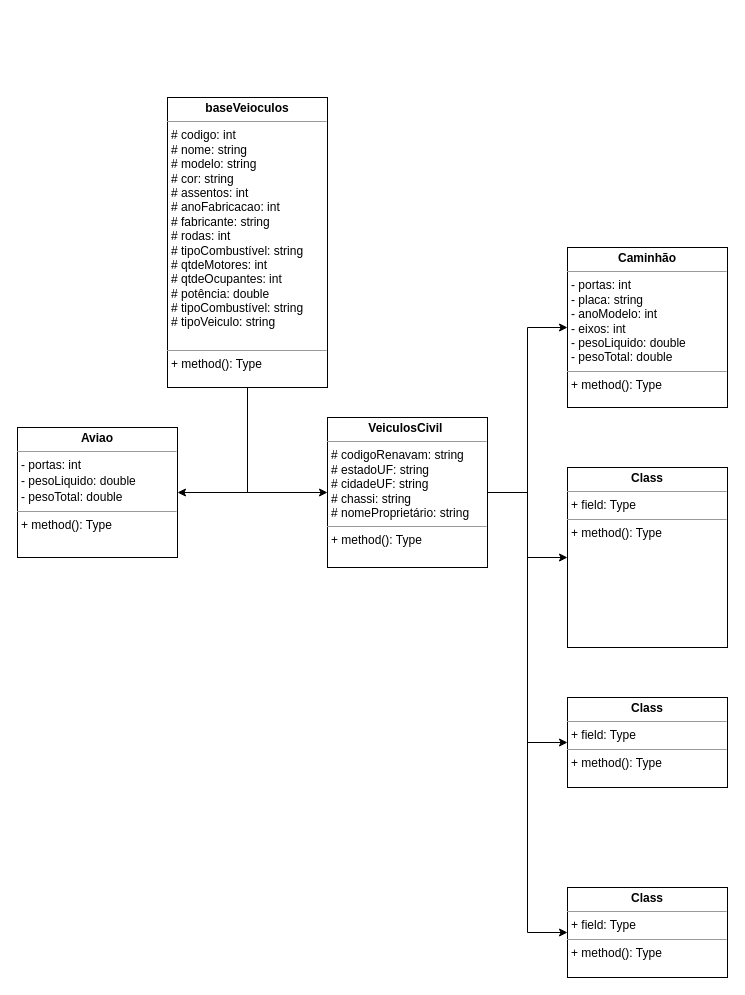
The draw.io diagram ProjetoVeiculosEstagiario.drawio in Oribur01/POO, before the edit. Source tidied: cells renumbered, new cells numbered last; positions are measured from the earlier drawing's top-left corner, leaving out a move shared by most shapes. Both pictures are drawn from the tidied source at 100%, with x=0, y=0 at pixel (17, 97).
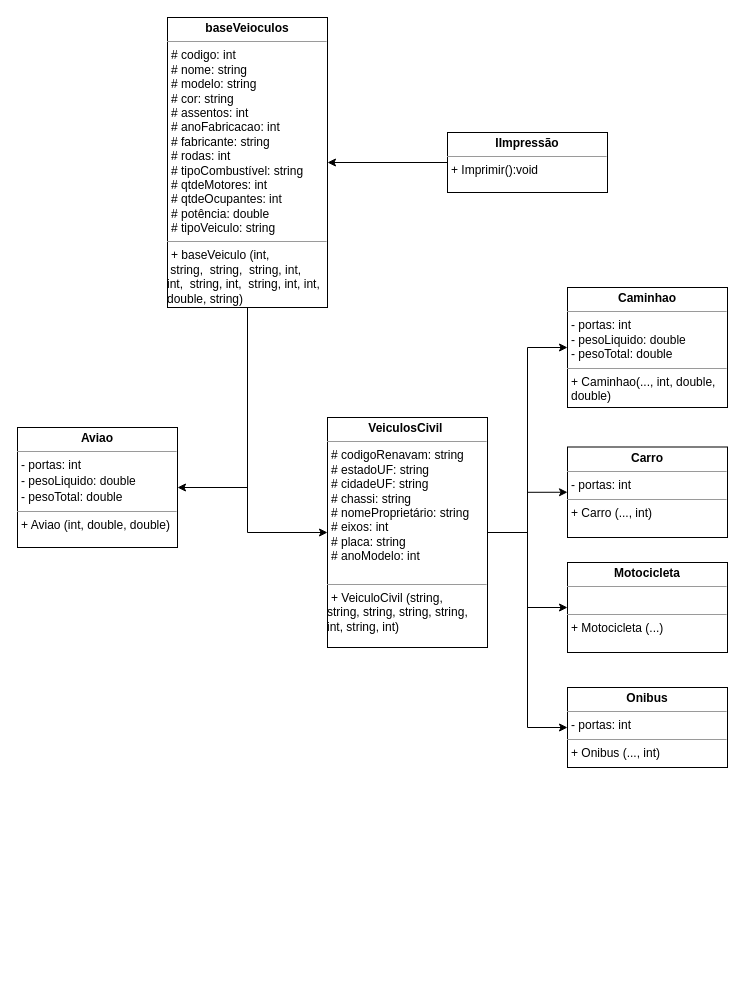
The same diagram, later.

The edit, as a diff of the source:
```diff
@@
 <mxGraphModel>
   <root>
     <mxCell id="0" />
     <mxCell id="1" parent="0" />
     <mxCell id="2" style="edgeStyle=orthogonalEdgeStyle;rounded=0;jettySize=auto;html=1;exitX=0.5;exitY=1;exitDx=0;exitDy=0;entryX=0;entryY=0.5;entryDx=0;entryDy=0;" parent="1" edge="1" source="4" target="9">
       <mxGeometry relative="1" as="geometry" />
     </mxCell>
     <mxCell id="3" style="edgeStyle=orthogonalEdgeStyle;rounded=0;jettySize=auto;html=1;exitX=0.5;exitY=1;exitDx=0;exitDy=0;entryX=1;entryY=0.5;entryDx=0;entryDy=0;" parent="1" edge="1" source="4" target="10">
       <mxGeometry relative="1" as="geometry" />
     </mxCell>
-    <mxCell id="4" value="&lt;p style=&quot;margin:0px;margin-top:4px;text-align:center;&quot;&gt;&lt;b&gt;baseVeioculos&lt;/b&gt;&lt;br&gt;&lt;/p&gt;&lt;hr size=&quot;1&quot;&gt;&lt;p style=&quot;margin:0px;margin-left:4px;&quot;&gt;# codigo: int&lt;/p&gt;&lt;p style=&quot;margin:0px;margin-left:4px;&quot;&gt;# nome: string&lt;/p&gt;&lt;p style=&quot;margin:0px;margin-left:4px;&quot;&gt;# modelo: string&lt;/p&gt;&lt;p style=&quot;margin:0px;margin-left:4px;&quot;&gt;# cor: string&lt;/p&gt;&lt;p style=&quot;margin:0px;margin-left:4px;&quot;&gt;# assentos: int&lt;/p&gt;&lt;p style=&quot;margin:0px;margin-left:4px;&quot;&gt;# anoFabricacao: int&lt;/p&gt;&lt;p style=&quot;margin:0px;margin-left:4px;&quot;&gt;# fabricante: string&lt;/p&gt;&lt;p style=&quot;margin:0px;margin-left:4px;&quot;&gt;# rodas: int&lt;/p&gt;&lt;p style=&quot;margin:0px;margin-left:4px;&quot;&gt;# tipoCombustível: string&lt;/p&gt;&lt;p style=&quot;margin:0px;margin-left:4px;&quot;&gt;# qtdeMotores: int&lt;/p&gt;&lt;p style=&quot;margin:0px;margin-left:4px;&quot;&gt;# qtdeOcupantes: int&lt;/p&gt;&lt;p style=&quot;margin:0px;margin-left:4px;&quot;&gt;# potência: double&lt;/p&gt;&lt;p style=&quot;margin:0px;margin-left:4px;&quot;&gt;# tipoCombustível: string&lt;/p&gt;&lt;p style=&quot;margin:0px;margin-left:4px;&quot;&gt;# tipoVeiculo: string&lt;/p&gt;&lt;div&gt;&lt;br&gt;&lt;/div&gt;&lt;hr size=&quot;1&quot;&gt;&lt;p style=&quot;margin:0px;margin-left:4px;&quot;&gt;+ method(): Type&lt;/p&gt;" style="verticalAlign=top;align=left;overflow=fill;fontSize=12;fontFamily=Helvetica;html=1;whiteSpace=wrap;" parent="1" vertex="1">
-      <mxGeometry x="150" width="160" height="290" as="geometry" />
+    <mxCell id="4" value="&lt;p style=&quot;margin:0px;margin-top:4px;text-align:center;&quot;&gt;&lt;b&gt;baseVeioculos&lt;/b&gt;&lt;br&gt;&lt;/p&gt;&lt;hr size=&quot;1&quot;&gt;&lt;p style=&quot;margin:0px;margin-left:4px;&quot;&gt;# codigo: int&lt;/p&gt;&lt;p style=&quot;margin:0px;margin-left:4px;&quot;&gt;# nome: string&lt;/p&gt;&lt;p style=&quot;margin:0px;margin-left:4px;&quot;&gt;# modelo: string&lt;/p&gt;&lt;p style=&quot;margin:0px;margin-left:4px;&quot;&gt;# cor: string&lt;/p&gt;&lt;p style=&quot;margin:0px;margin-left:4px;&quot;&gt;# assentos: int&lt;/p&gt;&lt;p style=&quot;margin:0px;margin-left:4px;&quot;&gt;# anoFabricacao: int&lt;/p&gt;&lt;p style=&quot;margin:0px;margin-left:4px;&quot;&gt;# fabricante: string&lt;/p&gt;&lt;p style=&quot;margin:0px;margin-left:4px;&quot;&gt;# rodas: int&lt;/p&gt;&lt;p style=&quot;margin:0px;margin-left:4px;&quot;&gt;# tipoCombustível: string&lt;/p&gt;&lt;p style=&quot;margin:0px;margin-left:4px;&quot;&gt;# qtdeMotores: int&lt;/p&gt;&lt;p style=&quot;margin:0px;margin-left:4px;&quot;&gt;# qtdeOcupantes: int&lt;/p&gt;&lt;p style=&quot;margin:0px;margin-left:4px;&quot;&gt;# potência: double&lt;/p&gt;&lt;p style=&quot;margin:0px;margin-left:4px;&quot;&gt;# tipoVeiculo: string&lt;/p&gt;&lt;hr size=&quot;1&quot;&gt;&lt;p style=&quot;margin:0px;margin-left:4px;&quot;&gt;+ baseVeiculo (int,&amp;nbsp;&lt;/p&gt;&amp;nbsp;string,&amp;nbsp;&amp;nbsp;string,&amp;nbsp;&amp;nbsp;string, int, int,&amp;nbsp;&amp;nbsp;string, int,&amp;nbsp;&amp;nbsp;string, int, int, double, string&lt;span style=&quot;background-color: initial;&quot;&gt;)&lt;/span&gt;" style="verticalAlign=top;align=left;overflow=fill;fontSize=12;fontFamily=Helvetica;html=1;whiteSpace=wrap;" parent="1" vertex="1">
+      <mxGeometry x="150" y="-80" width="160" height="290" as="geometry" />
     </mxCell>
     <mxCell id="5" style="edgeStyle=orthogonalEdgeStyle;rounded=0;jettySize=auto;html=1;exitX=1;exitY=0.5;exitDx=0;exitDy=0;entryX=0;entryY=0.5;entryDx=0;entryDy=0;" parent="1" edge="1" source="9" target="11">
       <mxGeometry relative="1" as="geometry" />
     </mxCell>
     <mxCell id="6" style="edgeStyle=orthogonalEdgeStyle;rounded=0;jettySize=auto;html=1;exitX=1;exitY=0.5;exitDx=0;exitDy=0;entryX=0;entryY=0.5;entryDx=0;entryDy=0;" parent="1" edge="1" source="9" target="12">
       <mxGeometry relative="1" as="geometry" />
     </mxCell>
     <mxCell id="7" style="edgeStyle=orthogonalEdgeStyle;rounded=0;jettySize=auto;html=1;exitX=1;exitY=0.5;exitDx=0;exitDy=0;entryX=0;entryY=0.5;entryDx=0;entryDy=0;" parent="1" edge="1" source="9" target="13">
       <mxGeometry relative="1" as="geometry" />
     </mxCell>
     <mxCell id="8" style="edgeStyle=orthogonalEdgeStyle;rounded=0;jettySize=auto;html=1;exitX=1;exitY=0.5;exitDx=0;exitDy=0;entryX=0;entryY=0.5;entryDx=0;entryDy=0;" parent="1" edge="1" source="9" target="14">
       <mxGeometry relative="1" as="geometry" />
     </mxCell>
-    <mxCell id="9" value="&lt;p style=&quot;margin:0px;margin-top:4px;text-align:center;&quot;&gt;&lt;b&gt;VeiculosCivil&amp;nbsp;&lt;/b&gt;&lt;br&gt;&lt;/p&gt;&lt;hr size=&quot;1&quot;&gt;&lt;p style=&quot;margin:0px;margin-left:4px;&quot;&gt;# codigoRenavam: string&lt;/p&gt;&lt;p style=&quot;margin:0px;margin-left:4px;&quot;&gt;# estadoUF: string&lt;/p&gt;&lt;p style=&quot;margin:0px;margin-left:4px;&quot;&gt;# cidadeUF: string&lt;/p&gt;&lt;p style=&quot;margin:0px;margin-left:4px;&quot;&gt;# chassi: string&lt;/p&gt;&lt;p style=&quot;margin:0px;margin-left:4px;&quot;&gt;# nomeProprietário: string&lt;/p&gt;&lt;hr size=&quot;1&quot;&gt;&lt;p style=&quot;margin:0px;margin-left:4px;&quot;&gt;+ method(): Type&lt;/p&gt;" style="verticalAlign=top;align=left;overflow=fill;fontSize=12;fontFamily=Helvetica;html=1;whiteSpace=wrap;" parent="1" vertex="1">
-      <mxGeometry x="310" y="320" width="160" height="150" as="geometry" />
+    <mxCell id="9" value="&lt;p style=&quot;margin:0px;margin-top:4px;text-align:center;&quot;&gt;&lt;b&gt;VeiculosCivil&amp;nbsp;&lt;/b&gt;&lt;br&gt;&lt;/p&gt;&lt;hr size=&quot;1&quot;&gt;&lt;p style=&quot;margin:0px;margin-left:4px;&quot;&gt;# codigoRenavam: string&lt;/p&gt;&lt;p style=&quot;margin:0px;margin-left:4px;&quot;&gt;# estadoUF: string&lt;/p&gt;&lt;p style=&quot;margin:0px;margin-left:4px;&quot;&gt;# cidadeUF: string&lt;/p&gt;&lt;p style=&quot;margin:0px;margin-left:4px;&quot;&gt;# chassi: string&lt;/p&gt;&lt;p style=&quot;margin:0px;margin-left:4px;&quot;&gt;# nomeProprietário: string&lt;/p&gt;&lt;p style=&quot;margin:0px;margin-left:4px;&quot;&gt;# eixos: int&lt;br&gt;&lt;/p&gt;&lt;p style=&quot;border-color: var(--border-color); margin: 0px 0px 0px 4px;&quot;&gt;# placa: string&lt;/p&gt;&lt;p style=&quot;border-color: var(--border-color); margin: 0px 0px 0px 4px;&quot;&gt;# anoModelo: int&lt;/p&gt;&lt;p style=&quot;margin:0px;margin-left:4px;&quot;&gt;&lt;br&gt;&lt;/p&gt;&lt;hr size=&quot;1&quot;&gt;&lt;p style=&quot;margin:0px;margin-left:4px;&quot;&gt;+ VeiculoCivil (string,&amp;nbsp;&lt;/p&gt;string, string, string, string, int, string, int&lt;span style=&quot;background-color: initial;&quot;&gt;)&lt;/span&gt;" style="verticalAlign=top;align=left;overflow=fill;fontSize=12;fontFamily=Helvetica;html=1;whiteSpace=wrap;" parent="1" vertex="1">
+      <mxGeometry x="310" y="320" width="160" height="230" as="geometry" />
     </mxCell>
-    <mxCell id="10" value="&lt;p style=&quot;margin: 4px 0px 0px; text-align: center; line-height: 120%;&quot;&gt;&lt;b&gt;Aviao&lt;/b&gt;&lt;br&gt;&lt;/p&gt;&lt;hr size=&quot;1&quot;&gt;&lt;p style=&quot;margin: 0px 0px 0px 4px; line-height: 130%;&quot;&gt;&lt;span style=&quot;background-color: initial;&quot;&gt;- portas: int&lt;/span&gt;&lt;br&gt;&lt;span style=&quot;background-color: initial;&quot;&gt;- pesoLiquido: double&lt;/span&gt;&lt;br&gt;&lt;span style=&quot;background-color: initial;&quot;&gt;- pesoTotal: double&lt;/span&gt;&lt;/p&gt;&lt;hr size=&quot;1&quot;&gt;&lt;p style=&quot;margin:0px;margin-left:4px;&quot;&gt;+ method(): Type&lt;/p&gt;" style="verticalAlign=top;align=left;overflow=fill;fontSize=12;fontFamily=Helvetica;html=1;whiteSpace=wrap;" parent="1" vertex="1">
-      <mxGeometry y="330" width="160" height="130" as="geometry" />
+    <mxCell id="10" value="&lt;p style=&quot;margin: 4px 0px 0px; text-align: center; line-height: 120%;&quot;&gt;&lt;b&gt;Aviao&lt;/b&gt;&lt;br&gt;&lt;/p&gt;&lt;hr size=&quot;1&quot;&gt;&lt;p style=&quot;margin: 0px 0px 0px 4px; line-height: 130%;&quot;&gt;&lt;span style=&quot;background-color: initial;&quot;&gt;- portas: int&lt;/span&gt;&lt;br&gt;&lt;span style=&quot;background-color: initial;&quot;&gt;- pesoLiquido: double&lt;/span&gt;&lt;br&gt;&lt;span style=&quot;background-color: initial;&quot;&gt;- pesoTotal: double&lt;/span&gt;&lt;/p&gt;&lt;hr size=&quot;1&quot;&gt;&lt;p style=&quot;margin:0px;margin-left:4px;&quot;&gt;+ Aviao (int, double, double)&lt;/p&gt;" style="verticalAlign=top;align=left;overflow=fill;fontSize=12;fontFamily=Helvetica;html=1;whiteSpace=wrap;" parent="1" vertex="1">
+      <mxGeometry y="330" width="160" height="120" as="geometry" />
     </mxCell>
-    <mxCell id="11" value="&lt;p style=&quot;margin:0px;margin-top:4px;text-align:center;&quot;&gt;&lt;b&gt;Caminhão&lt;/b&gt;&lt;/p&gt;&lt;hr size=&quot;1&quot;&gt;&lt;p style=&quot;margin:0px;margin-left:4px;&quot;&gt;- portas: int&lt;/p&gt;&lt;p style=&quot;margin:0px;margin-left:4px;&quot;&gt;- placa: string&lt;/p&gt;&lt;p style=&quot;margin:0px;margin-left:4px;&quot;&gt;- anoModelo: int&lt;/p&gt;&lt;p style=&quot;margin:0px;margin-left:4px;&quot;&gt;- eixos: int&lt;/p&gt;&lt;p style=&quot;margin:0px;margin-left:4px;&quot;&gt;- pesoLiquido: double&lt;/p&gt;&lt;p style=&quot;margin:0px;margin-left:4px;&quot;&gt;- pesoTotal: double&lt;/p&gt;&lt;hr size=&quot;1&quot;&gt;&lt;p style=&quot;margin:0px;margin-left:4px;&quot;&gt;+ method(): Type&lt;/p&gt;" style="verticalAlign=top;align=left;overflow=fill;fontSize=12;fontFamily=Helvetica;html=1;whiteSpace=wrap;" parent="1" vertex="1">
-      <mxGeometry x="550" y="150" width="160" height="160" as="geometry" />
+    <mxCell id="11" value="&lt;p style=&quot;margin:0px;margin-top:4px;text-align:center;&quot;&gt;&lt;b&gt;Caminhao&lt;/b&gt;&lt;/p&gt;&lt;hr size=&quot;1&quot;&gt;&lt;p style=&quot;margin:0px;margin-left:4px;&quot;&gt;- portas: int&lt;/p&gt;&lt;p style=&quot;margin:0px;margin-left:4px;&quot;&gt;&lt;span style=&quot;background-color: initial;&quot;&gt;- pesoLiquido: double&lt;/span&gt;&lt;br&gt;&lt;/p&gt;&lt;p style=&quot;margin:0px;margin-left:4px;&quot;&gt;- pesoTotal: double&lt;/p&gt;&lt;hr size=&quot;1&quot;&gt;&lt;p style=&quot;margin:0px;margin-left:4px;&quot;&gt;+ Caminhao(..., int, double, double)&lt;/p&gt;" style="verticalAlign=top;align=left;overflow=fill;fontSize=12;fontFamily=Helvetica;html=1;whiteSpace=wrap;" parent="1" vertex="1">
+      <mxGeometry x="550" y="190" width="160" height="120" as="geometry" />
     </mxCell>
-    <mxCell id="12" value="&lt;p style=&quot;margin:0px;margin-top:4px;text-align:center;&quot;&gt;&lt;b&gt;Class&lt;/b&gt;&lt;/p&gt;&lt;hr size=&quot;1&quot;/&gt;&lt;p style=&quot;margin:0px;margin-left:4px;&quot;&gt;+ field: Type&lt;/p&gt;&lt;hr size=&quot;1&quot;/&gt;&lt;p style=&quot;margin:0px;margin-left:4px;&quot;&gt;+ method(): Type&lt;/p&gt;" style="verticalAlign=top;align=left;overflow=fill;fontSize=12;fontFamily=Helvetica;html=1;whiteSpace=wrap;" parent="1" vertex="1">
-      <mxGeometry x="550" y="370" width="160" height="180" as="geometry" />
+    <mxCell id="12" value="&lt;p style=&quot;margin:0px;margin-top:4px;text-align:center;&quot;&gt;&lt;b&gt;Carro&lt;/b&gt;&lt;/p&gt;&lt;hr size=&quot;1&quot;&gt;&lt;p style=&quot;margin:0px;margin-left:4px;&quot;&gt;&lt;span style=&quot;background-color: initial;&quot;&gt;- portas: int&lt;/span&gt;&lt;/p&gt;&lt;hr size=&quot;1&quot;&gt;&lt;p style=&quot;margin:0px;margin-left:4px;&quot;&gt;+ Carro (..., int)&lt;/p&gt;" style="verticalAlign=top;align=left;overflow=fill;fontSize=12;fontFamily=Helvetica;html=1;whiteSpace=wrap;" parent="1" vertex="1">
+      <mxGeometry x="550" y="349.5" width="160" height="90.5" as="geometry" />
     </mxCell>
-    <mxCell id="13" value="&lt;p style=&quot;margin:0px;margin-top:4px;text-align:center;&quot;&gt;&lt;b&gt;Class&lt;/b&gt;&lt;/p&gt;&lt;hr size=&quot;1&quot;/&gt;&lt;p style=&quot;margin:0px;margin-left:4px;&quot;&gt;+ field: Type&lt;/p&gt;&lt;hr size=&quot;1&quot;/&gt;&lt;p style=&quot;margin:0px;margin-left:4px;&quot;&gt;+ method(): Type&lt;/p&gt;" style="verticalAlign=top;align=left;overflow=fill;fontSize=12;fontFamily=Helvetica;html=1;whiteSpace=wrap;" parent="1" vertex="1">
-      <mxGeometry x="550" y="600" width="160" height="90" as="geometry" />
+    <mxCell id="13" value="&lt;p style=&quot;margin:0px;margin-top:4px;text-align:center;&quot;&gt;&lt;b&gt;Motocicleta&lt;/b&gt;&lt;br&gt;&lt;/p&gt;&lt;hr size=&quot;1&quot;&gt;&lt;p style=&quot;margin:0px;margin-left:4px;&quot;&gt;&lt;br&gt;&lt;/p&gt;&lt;hr size=&quot;1&quot;&gt;&lt;p style=&quot;margin:0px;margin-left:4px;&quot;&gt;+ Motocicleta (...)&lt;/p&gt;" style="verticalAlign=top;align=left;overflow=fill;fontSize=12;fontFamily=Helvetica;html=1;whiteSpace=wrap;" parent="1" vertex="1">
+      <mxGeometry x="550" y="465" width="160" height="90" as="geometry" />
     </mxCell>
-    <mxCell id="14" value="&lt;p style=&quot;margin:0px;margin-top:4px;text-align:center;&quot;&gt;&lt;b&gt;Class&lt;/b&gt;&lt;/p&gt;&lt;hr size=&quot;1&quot;/&gt;&lt;p style=&quot;margin:0px;margin-left:4px;&quot;&gt;+ field: Type&lt;/p&gt;&lt;hr size=&quot;1&quot;/&gt;&lt;p style=&quot;margin:0px;margin-left:4px;&quot;&gt;+ method(): Type&lt;/p&gt;" style="verticalAlign=top;align=left;overflow=fill;fontSize=12;fontFamily=Helvetica;html=1;whiteSpace=wrap;" parent="1" vertex="1">
-      <mxGeometry x="550" y="790" width="160" height="90" as="geometry" />
+    <mxCell id="14" value="&lt;p style=&quot;margin:0px;margin-top:4px;text-align:center;&quot;&gt;&lt;b&gt;Onibus&lt;/b&gt;&lt;br&gt;&lt;/p&gt;&lt;hr size=&quot;1&quot;&gt;&lt;p style=&quot;margin:0px;margin-left:4px;&quot;&gt;- portas: int&lt;/p&gt;&lt;hr size=&quot;1&quot;&gt;&lt;p style=&quot;margin:0px;margin-left:4px;&quot;&gt;+ Onibus (..., int)&lt;/p&gt;" style="verticalAlign=top;align=left;overflow=fill;fontSize=12;fontFamily=Helvetica;html=1;whiteSpace=wrap;" parent="1" vertex="1">
+      <mxGeometry x="550" y="590" width="160" height="80" as="geometry" />
     </mxCell>
+    <mxCell id="15" style="edgeStyle=orthogonalEdgeStyle;rounded=0;orthogonalLoop=1;jettySize=auto;html=1;exitX=0.5;exitY=1;exitDx=0;exitDy=0;" parent="1" edge="1" source="12" target="12">
+      <mxGeometry relative="1" as="geometry" />
+    </mxCell>
+    <mxCell id="16" style="edgeStyle=orthogonalEdgeStyle;rounded=0;jettySize=auto;html=1;exitX=0;exitY=0.5;exitDx=0;exitDy=0;entryX=1;entryY=0.5;entryDx=0;entryDy=0;" parent="1" edge="1" source="17" target="4">
+      <mxGeometry relative="1" as="geometry" />
+    </mxCell>
+    <mxCell id="17" value="&lt;p style=&quot;margin:0px;margin-top:4px;text-align:center;&quot;&gt;&lt;b&gt;IImpressão&lt;/b&gt;&lt;/p&gt;&lt;hr size=&quot;1&quot;&gt;&lt;p style=&quot;margin:0px;margin-left:4px;&quot;&gt;+ Imprimir():void&lt;/p&gt;" style="verticalAlign=top;align=left;overflow=fill;fontSize=12;fontFamily=Helvetica;html=1;whiteSpace=wrap;" parent="1" vertex="1">
+      <mxGeometry x="430" y="35" width="160" height="60" as="geometry" />
+    </mxCell>
   </root>
 </mxGraphModel>
```
